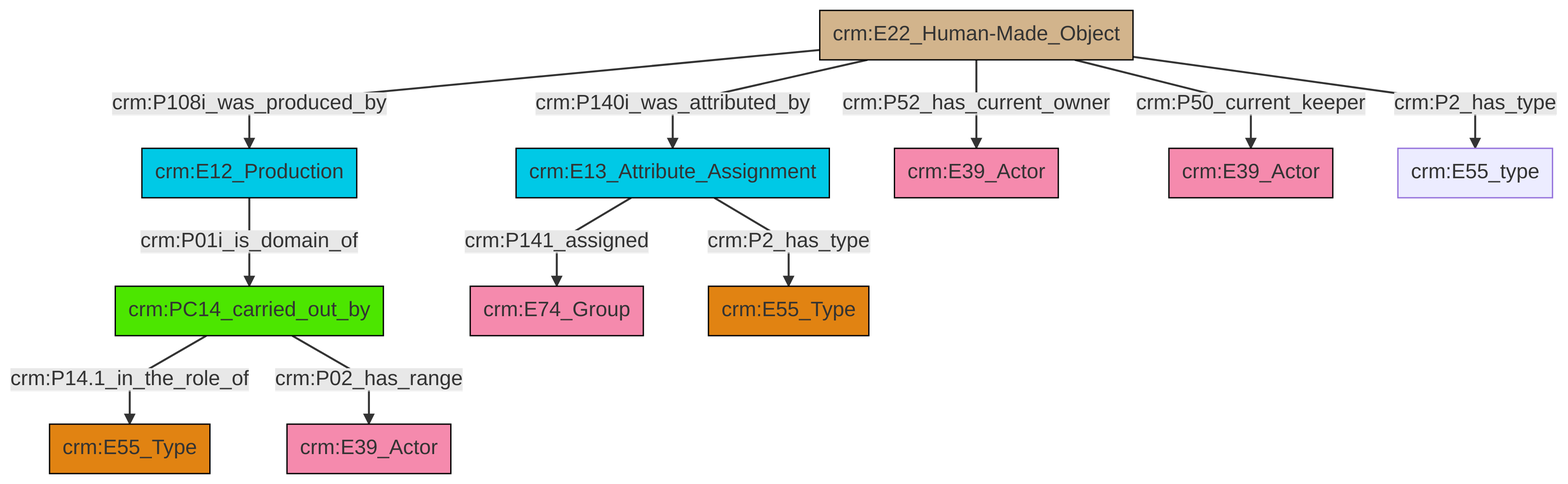
This is et/artworkCSV/ttl/mmd/png/Artwork_Actor_Relations.png from swiss-art-research-net/docs.swissartresearch, a Mermaid export, as it was before one commit. Its source is kept beside it as et/artworkCSV/ttl/mmd/Artwork_Actor_Relations.ttl.mmd. Source of this version:
```mermaid
graph TD
classDef Literal fill:#f2f2f2,stroke:#000000;
classDef CRM_Entity fill:#FFFFFF,stroke:#000000;
classDef Temporal_Entity fill:#00C9E6, stroke:#000000;
classDef Type fill:#E18312, stroke:#000000;
classDef Time-Span fill:#2C9C91, stroke:#000000;
classDef Appellation fill:#FFEB7F, stroke:#000000;
classDef Place fill:#008836, stroke:#000000;
classDef Persistent_Item fill:#B266B2, stroke:#000000;
classDef Conceptual_Object fill:#FFD700, stroke:#000000;
classDef Physical_Thing fill:#D2B48C, stroke:#000000;
classDef Actor fill:#f58aad, stroke:#000000;
classDef PC_Classes fill:#4ce600, stroke:#000000;
classDef Multi fill:#cccccc,stroke:#000000;

2["crm:E22_Human-Made_Object"]:::Physical_Thing -->|crm:P108i_was_produced_by| 3["crm:E12_Production"]:::Temporal_Entity
5["crm:PC14_carried_out_by"]:::PC_Classes -->|crm:P14.1_in_the_role_of| 6["crm:E55_Type"]:::Type
2["crm:E22_Human-Made_Object"]:::Physical_Thing -->|crm:P140i_was_attributed_by| 7["crm:E13_Attribute_Assignment"]:::Temporal_Entity
2["crm:E22_Human-Made_Object"]:::Physical_Thing -->|crm:P52_has_current_owner| 11["crm:E39_Actor"]:::Actor
7["crm:E13_Attribute_Assignment"]:::Temporal_Entity -->|crm:P141_assigned| 0["crm:E74_Group"]:::Actor
2["crm:E22_Human-Made_Object"]:::Physical_Thing -->|crm:P50_current_keeper| 18["crm:E39_Actor"]:::Actor
5["crm:PC14_carried_out_by"]:::PC_Classes -->|crm:P02_has_range| 8["crm:E39_Actor"]:::Actor
2["crm:E22_Human-Made_Object"]:::Physical_Thing -->|crm:P2_has_type| 16["crm:E55_type"]:::Default
3["crm:E12_Production"]:::Temporal_Entity -->|crm:P01i_is_domain_of| 5["crm:PC14_carried_out_by"]:::PC_Classes
7["crm:E13_Attribute_Assignment"]:::Temporal_Entity -->|crm:P2_has_type| 13["crm:E55_Type"]:::Type
```
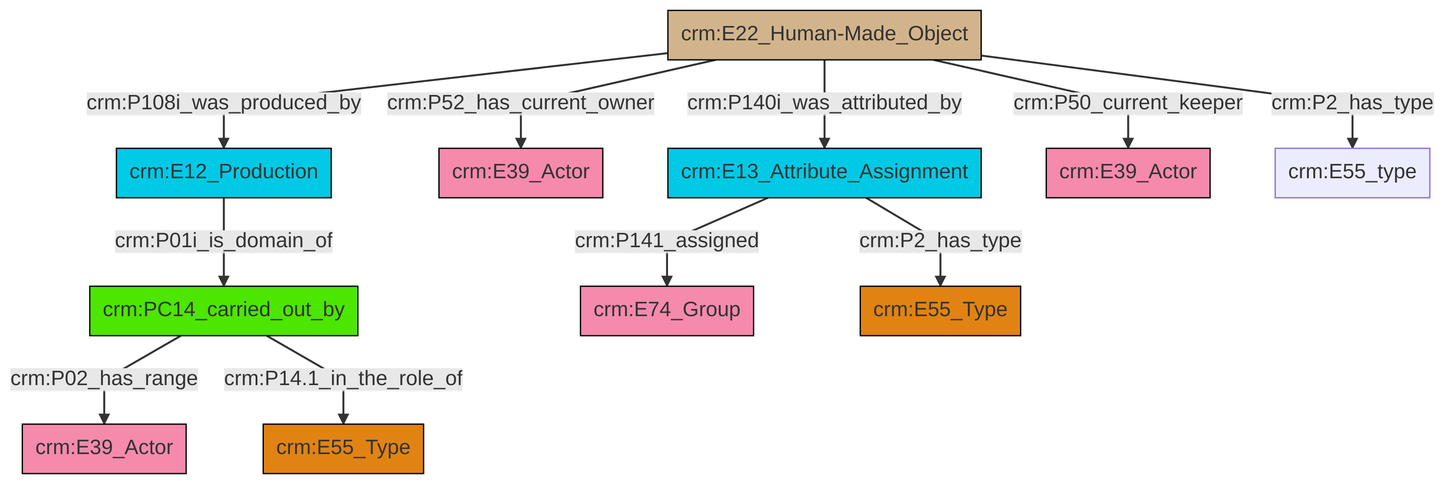
The same file after the commit.

The edit, as a diff of the source:
```diff
@@ -13,13 +13,13 @@
 classDef PC_Classes fill:#4ce600, stroke:#000000;
 classDef Multi fill:#cccccc,stroke:#000000;
 
-2["crm:E22_Human-Made_Object"]:::Physical_Thing -->|crm:P108i_was_produced_by| 3["crm:E12_Production"]:::Temporal_Entity
-5["crm:PC14_carried_out_by"]:::PC_Classes -->|crm:P14.1_in_the_role_of| 6["crm:E55_Type"]:::Type
-2["crm:E22_Human-Made_Object"]:::Physical_Thing -->|crm:P140i_was_attributed_by| 7["crm:E13_Attribute_Assignment"]:::Temporal_Entity
-2["crm:E22_Human-Made_Object"]:::Physical_Thing -->|crm:P52_has_current_owner| 11["crm:E39_Actor"]:::Actor
-7["crm:E13_Attribute_Assignment"]:::Temporal_Entity -->|crm:P141_assigned| 0["crm:E74_Group"]:::Actor
-2["crm:E22_Human-Made_Object"]:::Physical_Thing -->|crm:P50_current_keeper| 18["crm:E39_Actor"]:::Actor
-5["crm:PC14_carried_out_by"]:::PC_Classes -->|crm:P02_has_range| 8["crm:E39_Actor"]:::Actor
-2["crm:E22_Human-Made_Object"]:::Physical_Thing -->|crm:P2_has_type| 16["crm:E55_type"]:::Default
-3["crm:E12_Production"]:::Temporal_Entity -->|crm:P01i_is_domain_of| 5["crm:PC14_carried_out_by"]:::PC_Classes
-7["crm:E13_Attribute_Assignment"]:::Temporal_Entity -->|crm:P2_has_type| 13["crm:E55_Type"]:::Type
+4["crm:E22_Human-Made_Object"]:::Physical_Thing -->|crm:P108i_was_produced_by| 2["crm:E12_Production"]:::Temporal_Entity
+7["crm:PC14_carried_out_by"]:::PC_Classes -->|crm:P02_has_range| 8["crm:E39_Actor"]:::Actor
+9["crm:E13_Attribute_Assignment"]:::Temporal_Entity -->|crm:P141_assigned| 10["crm:E74_Group"]:::Actor
+4["crm:E22_Human-Made_Object"]:::Physical_Thing -->|crm:P52_has_current_owner| 14["crm:E39_Actor"]:::Actor
+4["crm:E22_Human-Made_Object"]:::Physical_Thing -->|crm:P140i_was_attributed_by| 9["crm:E13_Attribute_Assignment"]:::Temporal_Entity
+4["crm:E22_Human-Made_Object"]:::Physical_Thing -->|crm:P50_current_keeper| 11["crm:E39_Actor"]:::Actor
+2["crm:E12_Production"]:::Temporal_Entity -->|crm:P01i_is_domain_of| 7["crm:PC14_carried_out_by"]:::PC_Classes
+9["crm:E13_Attribute_Assignment"]:::Temporal_Entity -->|crm:P2_has_type| 0["crm:E55_Type"]:::Type
+4["crm:E22_Human-Made_Object"]:::Physical_Thing -->|crm:P2_has_type| 5["crm:E55_type"]:::Default
+7["crm:PC14_carried_out_by"]:::PC_Classes -->|crm:P14.1_in_the_role_of| 18["crm:E55_Type"]:::Type
```
